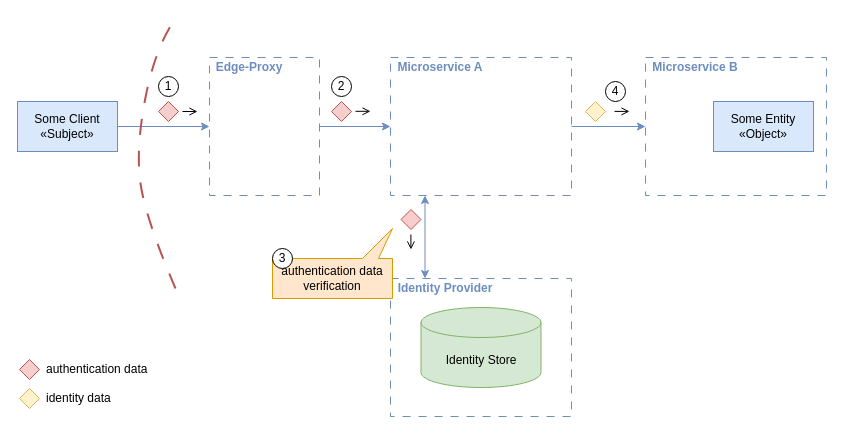
dadrus/CheatSheetSeries keeps this draw.io diagram as assets/Simple_Service_Level_Identity_Forwarding.drawio. Above is the earlier version. Source tidied: cells renumbered, new cells numbered last; positions are measured from the earlier drawing's top-left corner, leaving out a move shared by most shapes. Both pictures are drawn from the tidied source at 100%, with x=0, y=0 at pixel (17, 18).
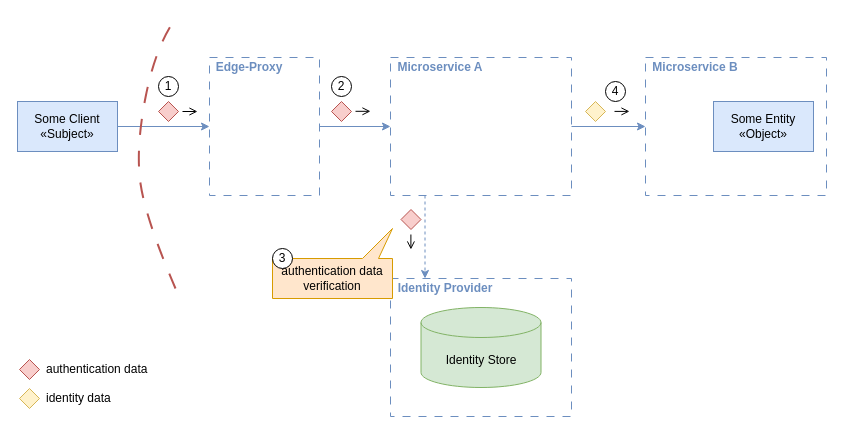
Above is the later version.

Commit message (it also covers changes not shown here):
simple service level identity forwarding diagram fixed

Diff of the diagram source:
```diff
@@
-    <mxCell id="26" style="edgeStyle=orthogonalEdgeStyle;rounded=0;orthogonalLoop=1;jettySize=auto;html=1;entryX=0.5;entryY=0;entryDx=0;entryDy=0;fillColor=#dae8fc;strokeColor=#6c8ebf;startArrow=classic;startFill=1;" parent="1" edge="1">
+    <mxCell id="26" style="edgeStyle=orthogonalEdgeStyle;rounded=0;orthogonalLoop=1;jettySize=auto;html=1;entryX=0.5;entryY=0;entryDx=0;entryDy=0;fillColor=#dae8fc;strokeColor=#6c8ebf;startArrow=none;startFill=0;dashed=1;" parent="1" edge="1">
       <mxGeometry relative="1" as="geometry">
         <mxPoint x="407.5" y="177" as="sourcePoint" />
         <mxPoint x="407.5" y="260" as="targetPoint" />
       </mxGeometry>
     </mxCell>
```
